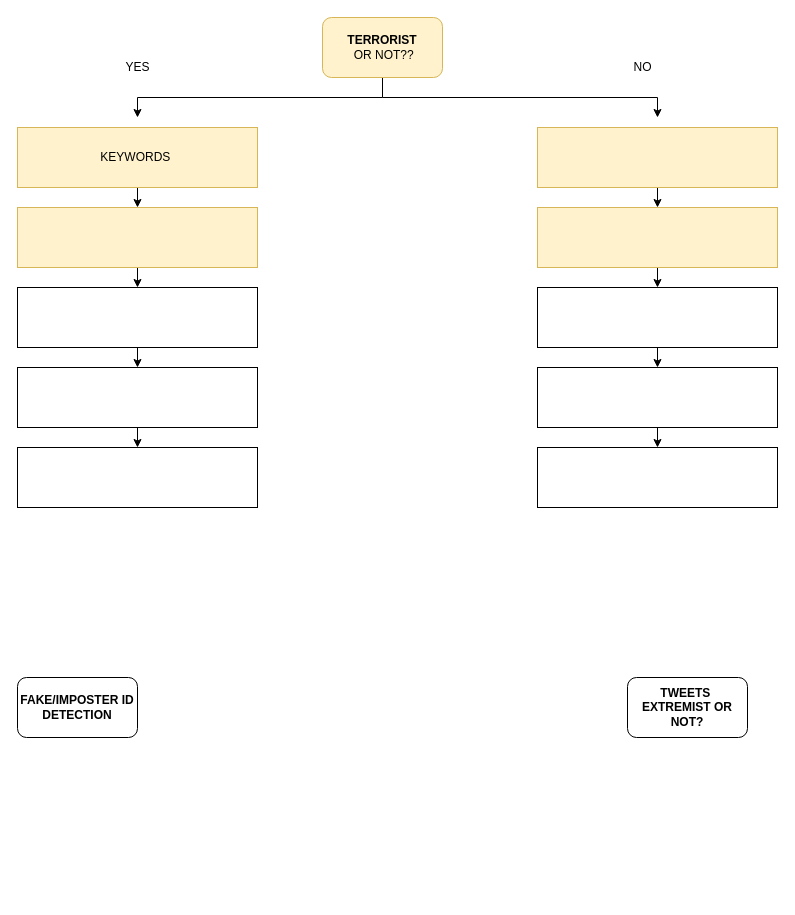
Earlier version of the draw.io diagram page "OR-NOT" (4 of 5) of Untitled Diagram.drawio (gamingflexer/flutter-beginners-tutorial). Source tidied: cells renumbered, new cells numbered last; positions are measured from the earlier drawing's top-left corner, leaving out a move shared by most shapes. Both pictures are drawn from the tidied source at 100%, with x=0, y=0 at pixel (17, 17).
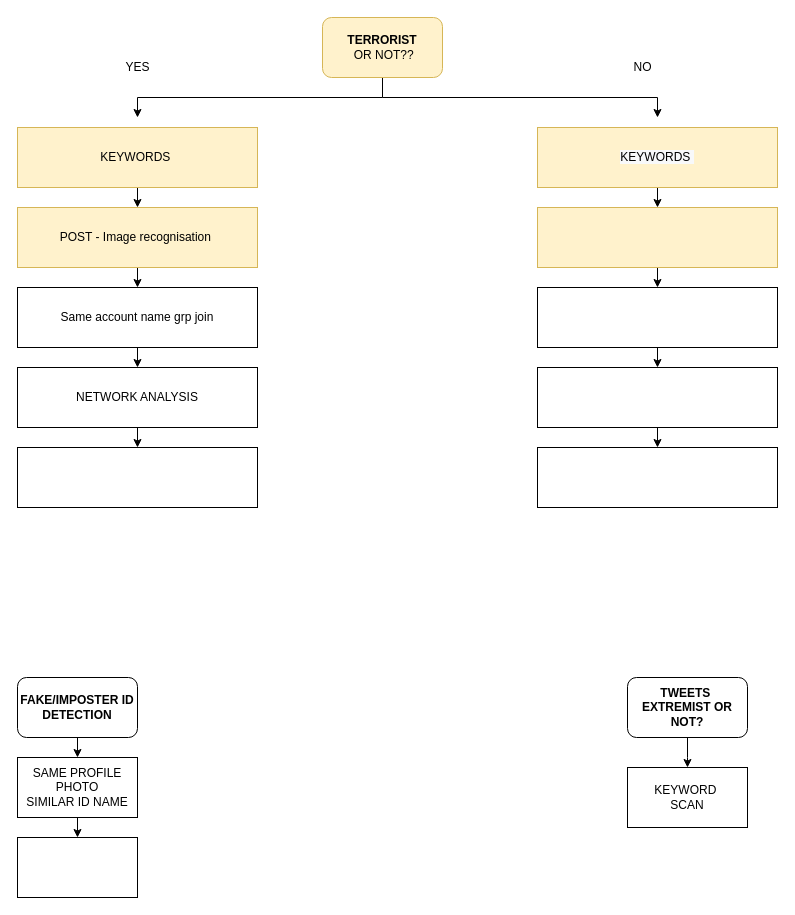
The same page after the edit.

Unchanged cells that the change refers to:
```xml
<mxCell id="25" value="&lt;b&gt;FAKE/IMPOSTER ID DETECTION&lt;/b&gt;" style="rounded=1;whiteSpace=wrap;html=1;gradientColor=none;" parent="1" vertex="1">
  <mxGeometry y="660" width="120" height="60" as="geometry" />
</mxCell>
<mxCell id="26" value="&lt;b&gt;TWEETS&amp;nbsp;&lt;br&gt;EXTREMIST OR NOT?&lt;/b&gt;" style="rounded=1;whiteSpace=wrap;html=1;gradientColor=none;" parent="1" vertex="1">
  <mxGeometry x="610" y="660" width="120" height="60" as="geometry" />
</mxCell>
```

Change to the diagram source:
```diff
@@
-    <mxCell id="8" style="rounded=0;whiteSpace=wrap;html=1;fillColor=#fff2cc;strokeColor=#d6b656;" parent="1" vertex="1">
+    <mxCell id="8" value="POST - Image recognisation&amp;nbsp;" style="rounded=0;whiteSpace=wrap;html=1;fillColor=#fff2cc;strokeColor=#d6b656;" parent="1" vertex="1">
       <mxGeometry y="190" width="240" height="60" as="geometry" />
     </mxCell>
@@
-    <mxCell id="10" style="rounded=0;whiteSpace=wrap;html=1;" parent="1" vertex="1">
+    <mxCell id="10" value="Same account name grp join" style="rounded=0;whiteSpace=wrap;html=1;" parent="1" vertex="1">
       <mxGeometry y="270" width="240" height="60" as="geometry" />
     </mxCell>
@@
-    <mxCell id="12" style="rounded=0;whiteSpace=wrap;html=1;" parent="1" vertex="1">
+    <mxCell id="12" value="NETWORK ANALYSIS" style="rounded=0;whiteSpace=wrap;html=1;" parent="1" vertex="1">
       <mxGeometry y="350" width="240" height="60" as="geometry" />
     </mxCell>
@@
-    <mxCell id="15" style="rounded=0;whiteSpace=wrap;html=1;fillColor=#fff2cc;strokeColor=#d6b656;" parent="1" vertex="1">
+    <mxCell id="15" value="&#10;&#10;&lt;span style=&quot;color: rgb(0, 0, 0); font-family: helvetica; font-size: 12px; font-style: normal; font-weight: 400; letter-spacing: normal; text-align: center; text-indent: 0px; text-transform: none; word-spacing: 0px; background-color: rgb(248, 249, 250); display: inline; float: none;&quot;&gt;KEYWORDS&amp;nbsp;&lt;/span&gt;&#10;&#10;" style="rounded=0;whiteSpace=wrap;html=1;fillColor=#fff2cc;strokeColor=#d6b656;" parent="1" vertex="1">
       <mxGeometry x="520" y="110" width="240" height="60" as="geometry" />
     </mxCell>
@@
+    <mxCell id="27" style="edgeStyle=orthogonalEdgeStyle;rounded=0;jettySize=auto;html=1;exitX=0.5;exitY=1;exitDx=0;exitDy=0;entryX=0.5;entryY=0;entryDx=0;entryDy=0;" parent="1" edge="1" source="25" target="30">
+      <mxGeometry relative="1" as="geometry" />
+    </mxCell>
@@
+    <mxCell id="28" style="edgeStyle=orthogonalEdgeStyle;rounded=0;jettySize=auto;html=1;" parent="1" edge="1" source="26">
+      <mxGeometry relative="1" as="geometry">
+        <mxPoint x="670" y="750" as="targetPoint" />
+      </mxGeometry>
+    </mxCell>
@@
+    <mxCell id="29" style="edgeStyle=orthogonalEdgeStyle;rounded=0;jettySize=auto;html=1;exitX=0.5;exitY=1;exitDx=0;exitDy=0;entryX=0.5;entryY=0;entryDx=0;entryDy=0;" parent="1" edge="1" source="30" target="31">
+      <mxGeometry relative="1" as="geometry" />
+    </mxCell>
+    <mxCell id="30" value="SAME PROFILE PHOTO&lt;br&gt;SIMILAR ID NAME" style="whiteSpace=wrap;html=1;gradientColor=none;" parent="1" vertex="1">
+      <mxGeometry y="740" width="120" height="60" as="geometry" />
+    </mxCell>
+    <mxCell id="31" style="whiteSpace=wrap;html=1;gradientColor=none;" parent="1" vertex="1">
+      <mxGeometry y="820" width="120" height="60" as="geometry" />
+    </mxCell>
+    <mxCell id="32" value="KEYWORD&amp;nbsp;&lt;br&gt;SCAN" style="whiteSpace=wrap;html=1;gradientColor=none;" parent="1" vertex="1">
+      <mxGeometry x="610" y="750" width="120" height="60" as="geometry" />
+    </mxCell>
```
